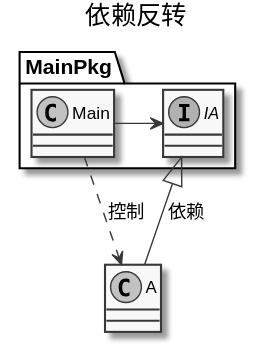
This is source/_posts/dig/ioc-02.svg from a2dict/a2dblog-src, a PlantUML export, as it was before one commit.
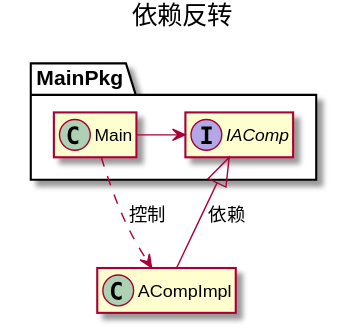
After the commit.

What changed in the source:
```diff
@@ -1,11 +1,11 @@
 @startuml
-skinparam monochrome true
+hide members
 title 依赖反转
 
 package MainPkg {
-interface IA
-Main -> IA
+interface IAComp
+Main -> IAComp
 }
-IA <|-- A : 依赖
-Main ..> A :控制
+IAComp <|-- ACompImpl : 依赖
+Main ..> ACompImpl :控制
 @enduml
```
